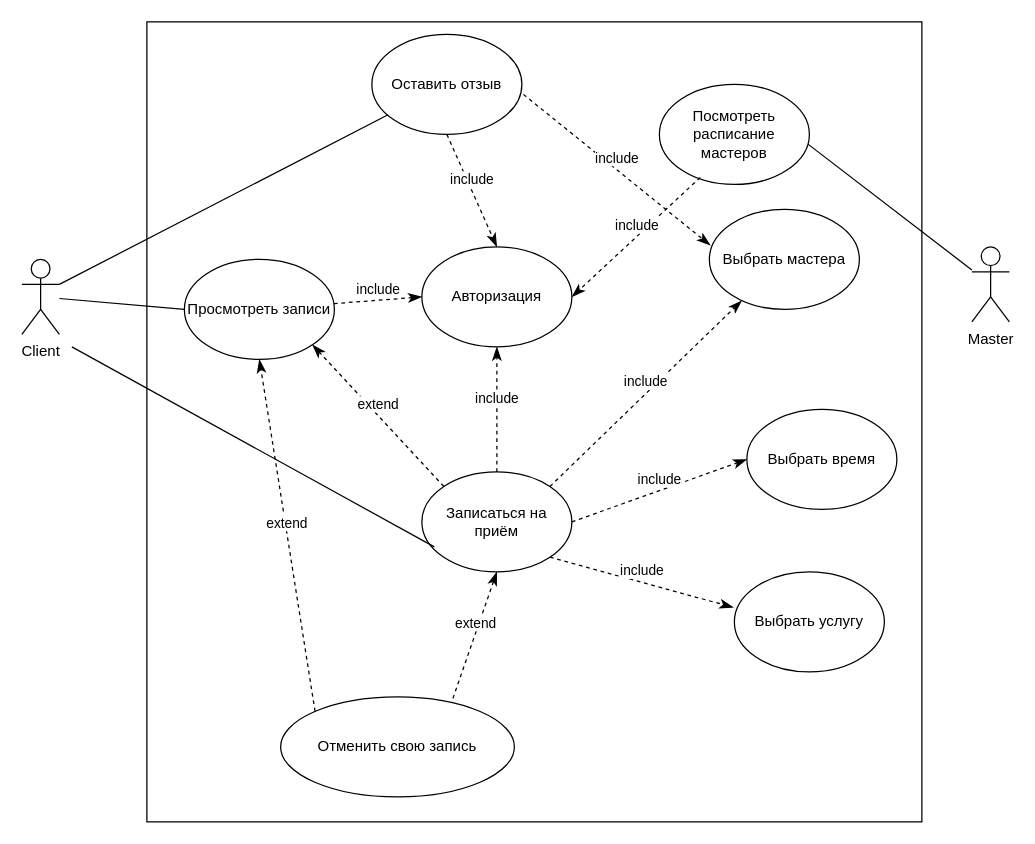
Before: ДВИ.drawio in Artvell3000/umlLab2, a draw.io diagram. Source tidied: cells renumbered, new cells numbered last; positions are measured from the earlier drawing's top-left corner, leaving out a move shared by most shapes. Both pictures are drawn from the tidied source at 125%, with x=0, y=0 at pixel (21, 21).
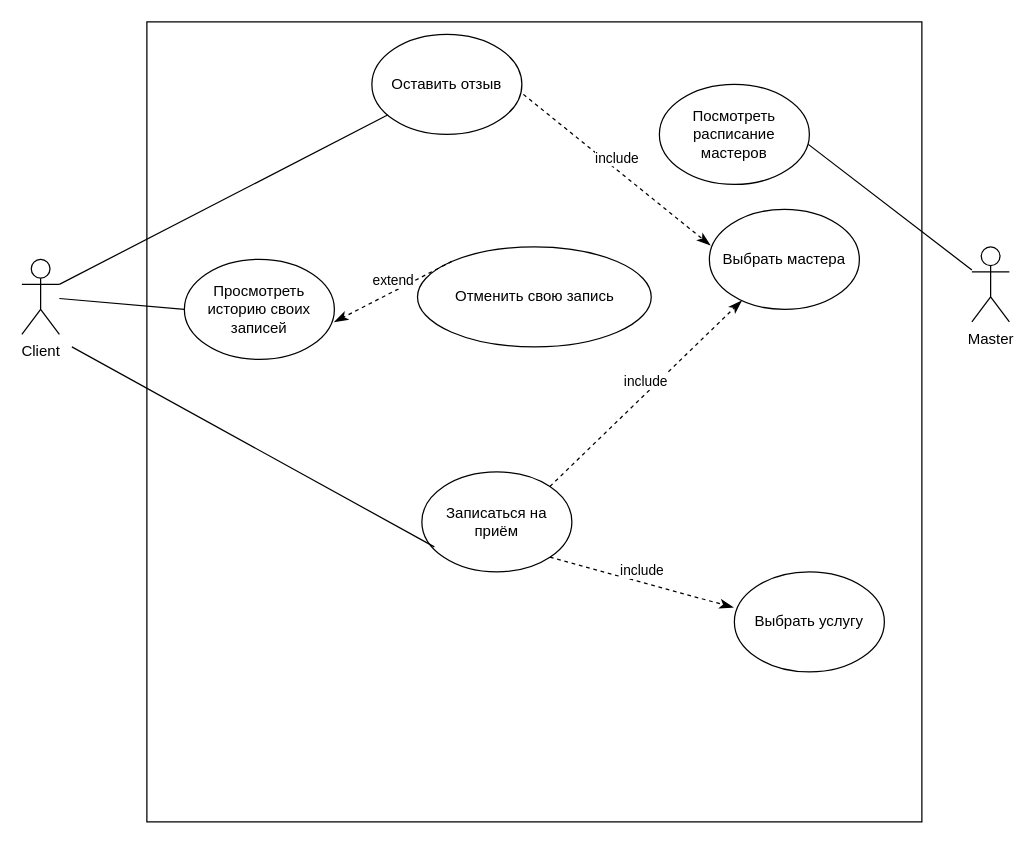
The same diagram, later.

Unchanged cells that the change refers to:
```xml
<mxCell id="5" value="Записаться на приём" style="ellipse;whiteSpace=wrap;html=1;" parent="1" vertex="1">
  <mxGeometry x="320" y="360" width="120" height="80" as="geometry" />
</mxCell>
<mxCell id="6" value="Посмотреть расписание мастеров" style="ellipse;whiteSpace=wrap;html=1;" parent="1" vertex="1">
  <mxGeometry x="510" y="50" width="120" height="80" as="geometry" />
</mxCell>
<mxCell id="19" value="Оставить отзыв" style="ellipse;whiteSpace=wrap;html=1;" parent="1" vertex="1">
  <mxGeometry x="280" y="10" width="120" height="80" as="geometry" />
</mxCell>
```

Diff of the diagram source:
```diff
@@
-    <mxCell id="9" value="Выбрать время" style="ellipse;whiteSpace=wrap;html=1;" parent="1" vertex="1">
-      <mxGeometry x="580" y="310" width="120" height="80" as="geometry" />
-    </mxCell>
@@
-    <mxCell id="12" value="include" style="html=1;verticalAlign=bottom;endArrow=classicThin;dashed=1;endSize=8;curved=0;rounded=0;exitX=1;exitY=0.5;exitDx=0;exitDy=0;entryX=0;entryY=0.5;entryDx=0;entryDy=0;endFill=1;" parent="1" edge="1" source="5" target="9">
-      <mxGeometry relative="1" as="geometry" />
-    </mxCell>
@@
     <mxCell id="15" value="Отменить свою запись" style="ellipse;whiteSpace=wrap;html=1;" parent="1" vertex="1">
-      <mxGeometry x="207" y="540" width="187" height="80" as="geometry" />
+      <mxGeometry x="316.5" y="180" width="187" height="80" as="geometry" />
     </mxCell>
-    <mxCell id="16" value="extend" style="html=1;verticalAlign=bottom;endArrow=classicThin;dashed=1;endSize=8;curved=0;rounded=0;endFill=1;entryX=0.5;entryY=1;entryDx=0;entryDy=0;exitX=0.737;exitY=0.015;exitDx=0;exitDy=0;exitPerimeter=0;" parent="1" edge="1" source="15" target="5">
-      <mxGeometry relative="1" as="geometry" />
-    </mxCell>
-    <mxCell id="17" value="Авторизация" style="ellipse;whiteSpace=wrap;html=1;" parent="1" vertex="1">
-      <mxGeometry x="320" y="180" width="120" height="80" as="geometry" />
-    </mxCell>
-    <mxCell id="18" value="include" style="html=1;verticalAlign=bottom;endArrow=classicThin;dashed=1;endSize=8;curved=0;rounded=0;exitX=0.5;exitY=0;exitDx=0;exitDy=0;entryX=0.5;entryY=1;entryDx=0;entryDy=0;endFill=1;" parent="1" edge="1" source="5" target="17">
-      <mxGeometry relative="1" as="geometry" />
-    </mxCell>
@@
-    <mxCell id="22" value="Просмотреть записи" style="ellipse;whiteSpace=wrap;html=1;" parent="1" vertex="1">
+    <mxCell id="22" value="Просмотреть историю своих записей" style="ellipse;whiteSpace=wrap;html=1;" parent="1" vertex="1">
       <mxGeometry x="130" y="190" width="120" height="80" as="geometry" />
     </mxCell>
@@
-    <mxCell id="24" value="extend" style="html=1;verticalAlign=bottom;endArrow=classicThin;dashed=1;endSize=8;curved=0;rounded=0;entryX=1;entryY=1;entryDx=0;entryDy=0;endFill=1;exitX=0;exitY=0;exitDx=0;exitDy=0;" parent="1" edge="1" source="5" target="22">
-      <mxGeometry relative="1" as="geometry" />
-    </mxCell>
-    <mxCell id="25" value="extend" style="html=1;verticalAlign=bottom;endArrow=classicThin;dashed=1;endSize=8;curved=0;rounded=0;exitX=0;exitY=0;exitDx=0;exitDy=0;entryX=0.5;entryY=1;entryDx=0;entryDy=0;endFill=1;" parent="1" edge="1" source="15" target="22">
-      <mxGeometry relative="1" as="geometry" />
+    <mxCell id="25" value="extend" style="html=1;verticalAlign=bottom;endArrow=classicThin;dashed=1;endSize=8;curved=0;rounded=0;exitX=0;exitY=0;exitDx=0;exitDy=0;endFill=1;" parent="1" edge="1" source="15">
+      <mxGeometry relative="1" as="geometry">
+        <mxPoint x="250" y="240" as="targetPoint" />
+      </mxGeometry>
     </mxCell>
-    <mxCell id="26" value="include" style="html=1;verticalAlign=bottom;endArrow=classicThin;dashed=1;endSize=8;curved=0;rounded=0;entryX=0;entryY=0.5;entryDx=0;entryDy=0;endFill=1;" parent="1" edge="1" source="22" target="17">
-      <mxGeometry relative="1" as="geometry" />
-    </mxCell>
-    <mxCell id="27" value="include" style="html=1;verticalAlign=bottom;endArrow=classicThin;dashed=1;endSize=8;curved=0;rounded=0;exitX=0.5;exitY=1;exitDx=0;exitDy=0;entryX=0.5;entryY=0;entryDx=0;entryDy=0;endFill=1;" parent="1" edge="1" source="19" target="17">
-      <mxGeometry relative="1" as="geometry" />
-    </mxCell>
-    <mxCell id="28" value="include" style="html=1;verticalAlign=bottom;endArrow=classicThin;dashed=1;endSize=8;curved=0;rounded=0;exitX=0.273;exitY=0.93;exitDx=0;exitDy=0;entryX=1;entryY=0.5;entryDx=0;entryDy=0;endFill=1;exitPerimeter=0;" parent="1" edge="1" source="6" target="17">
-      <mxGeometry relative="1" as="geometry" />
-    </mxCell>
```
